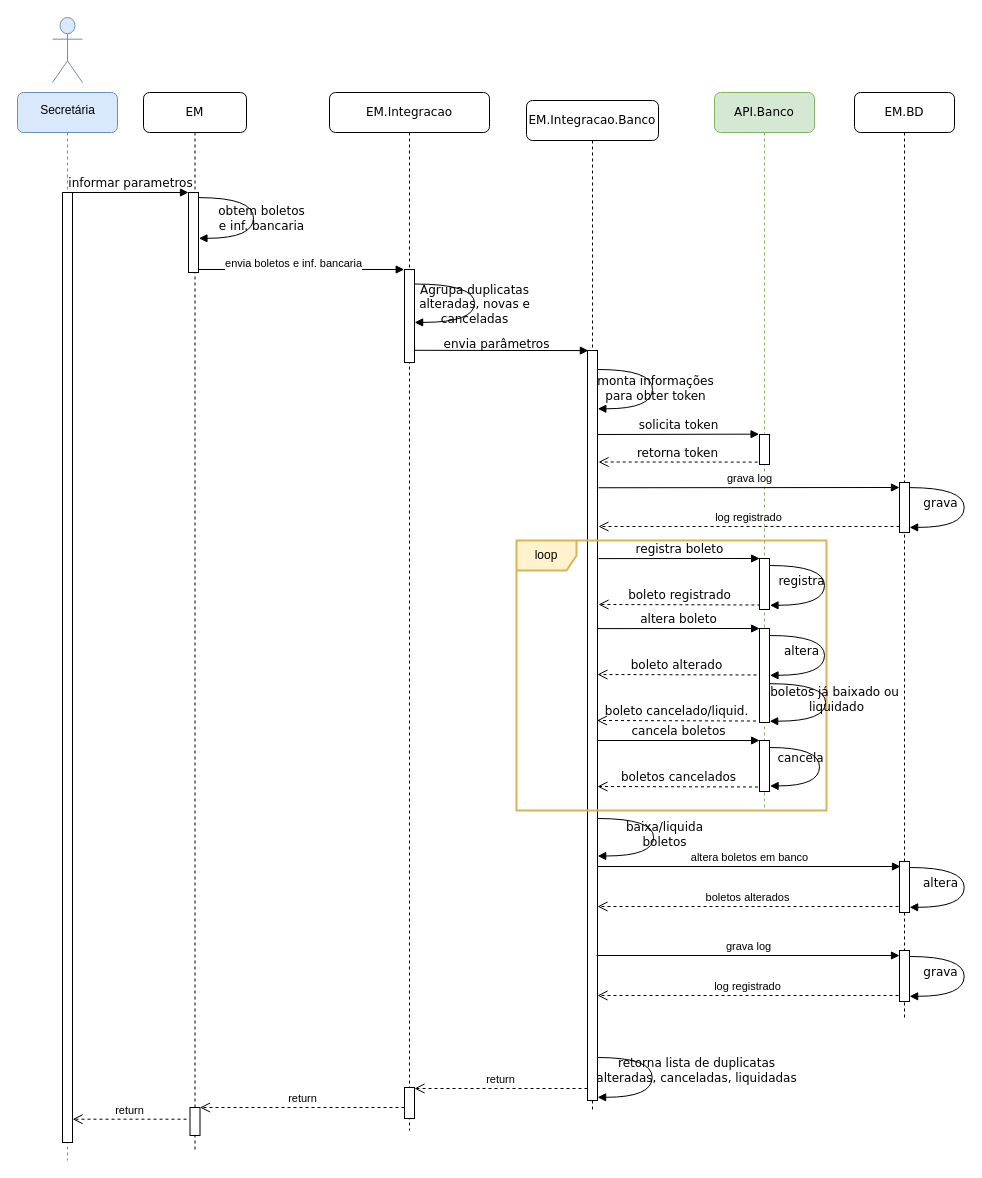
Earlier version of the draw.io diagram RegistoBoleto.drawio (Joao-Daniel-EM/Joao-Daniel-EM). Source tidied: cells renumbered, new cells numbered last; positions are measured from the earlier drawing's top-left corner, leaving out a move shared by most shapes. Both pictures are drawn from the tidied source at 100%, with x=0, y=0 at pixel (17, 17).
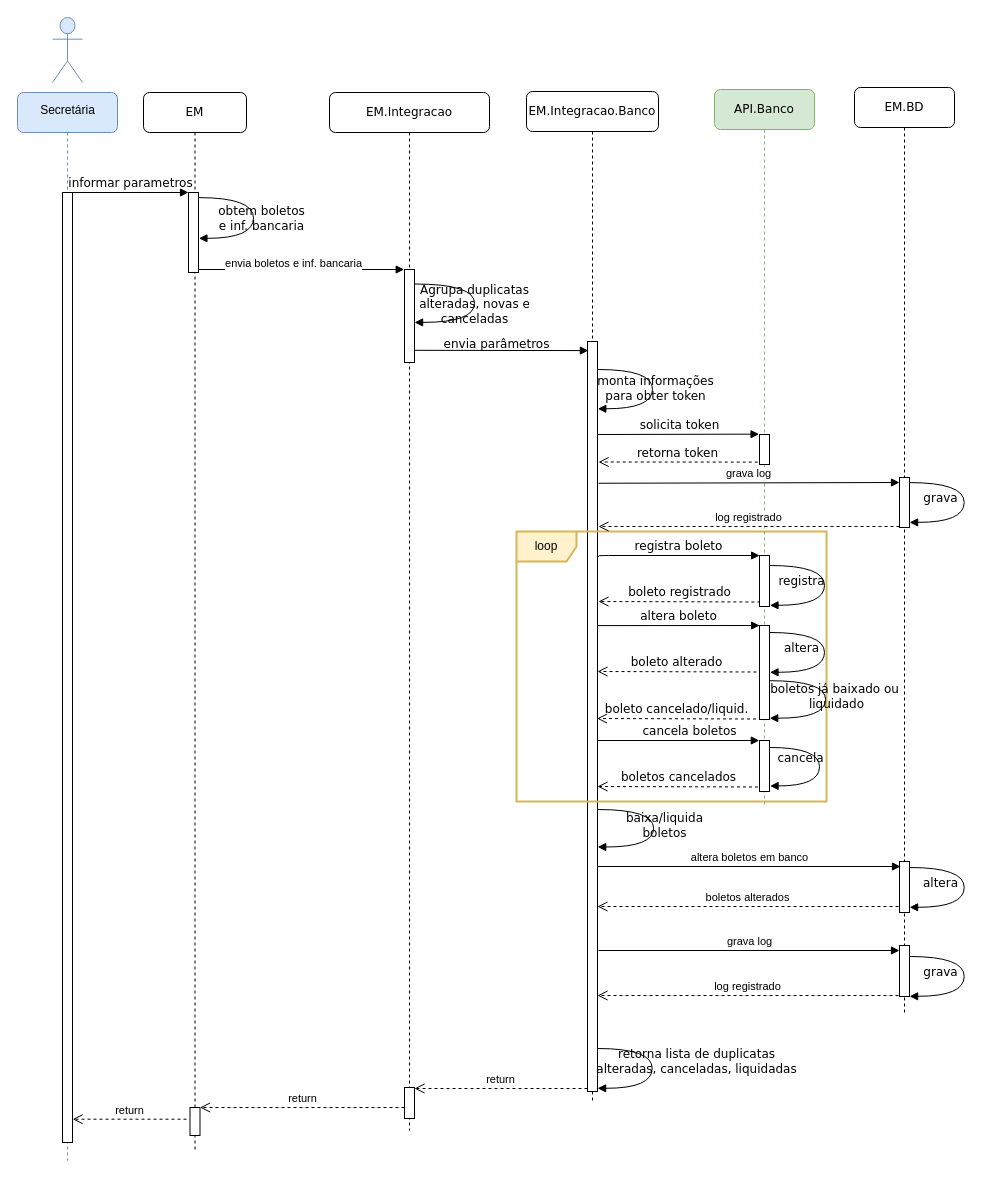
The same page after the edit.

The change refers to these unchanged cells:
```xml
<mxCell id="3" style="html=1;points=[];perimeter=orthogonalPerimeter;rounded=0;shadow=0;comic=0;labelBackgroundColor=none;strokeColor=#000000;strokeWidth=1;fillColor=#FFFFFF;fontFamily=Verdana;fontSize=12;fontColor=#000000;align=center;" parent="2" vertex="1">
  <mxGeometry x="61" y="250" width="10" height="750" as="geometry" />
</mxCell>
<mxCell id="13" style="html=1;points=[];perimeter=orthogonalPerimeter;rounded=0;shadow=0;comic=0;labelBackgroundColor=none;strokeWidth=1;fontFamily=Verdana;fontSize=12;align=center;" parent="8" vertex="1">
  <mxGeometry x="45" y="466" width="10" height="51" as="geometry" />
</mxCell>
<mxCell id="25" style="html=1;points=[[0,0,0,0,5],[0,1,0,0,-5],[1,0,0,0,5],[1,1,0,0,-5]];perimeter=orthogonalPerimeter;outlineConnect=0;targetShapes=umlLifeline;portConstraint=eastwest;newEdgeStyle={&quot;curved&quot;:0,&quot;rounded&quot;:0};" parent="24" vertex="1">
  <mxGeometry x="45" y="858" width="10" height="51" as="geometry" />
</mxCell>
<mxCell id="26" style="html=1;points=[[0,0,0,0,5],[0,1,0,0,-5],[1,0,0,0,5],[1,1,0,0,-5]];perimeter=orthogonalPerimeter;outlineConnect=0;targetShapes=umlLifeline;portConstraint=eastwest;newEdgeStyle={&quot;curved&quot;:0,&quot;rounded&quot;:0};" parent="24" vertex="1">
  <mxGeometry x="45" y="390" width="10" height="50" as="geometry" />
</mxCell>
<mxCell id="31" style="html=1;points=[];perimeter=orthogonalPerimeter;rounded=0;shadow=0;comic=0;labelBackgroundColor=none;strokeColor=#000000;strokeWidth=1;fillColor=#FFFFFF;fontFamily=Verdana;fontSize=12;fontColor=#000000;align=center;" parent="1" vertex="1">
  <mxGeometry x="742" y="417" width="10" height="30" as="geometry" />
</mxCell>
```

What changed in the source:
```diff
@@
     <mxCell id="2" value="EM.Integracao.Banco" style="shape=umlLifeline;perimeter=lifelinePerimeter;whiteSpace=wrap;html=1;rounded=1;shadow=0;comic=0;labelBackgroundColor=none;strokeWidth=1;fontFamily=Verdana;fontSize=12;align=center;" parent="1" vertex="1">
-      <mxGeometry x="509" y="83" width="132" height="1010" as="geometry" />
+      <mxGeometry x="509" y="74" width="132" height="1010" as="geometry" />
     </mxCell>
@@
     <mxCell id="6" value="boleto cancelado/liquid." style="html=1;verticalAlign=bottom;endArrow=open;dashed=1;endSize=8;exitX=-0.18;exitY=0.92;labelBackgroundColor=none;fontFamily=Verdana;fontSize=12;exitDx=0;exitDy=0;exitPerimeter=0;" parent="2" edge="1">
       <mxGeometry relative="1" as="geometry">
-        <mxPoint x="229.5" y="620.5" as="sourcePoint" />
-        <mxPoint x="70.5" y="620" as="targetPoint" />
+        <mxPoint x="229.5" y="627.5" as="sourcePoint" />
+        <mxPoint x="70.5" y="627" as="targetPoint" />
       </mxGeometry>
     </mxCell>
@@
     <mxCell id="8" value="API.Banco" style="shape=umlLifeline;perimeter=lifelinePerimeter;whiteSpace=wrap;html=1;rounded=1;shadow=0;comic=0;labelBackgroundColor=none;strokeWidth=1;fontFamily=Verdana;fontSize=12;align=center;fillColor=#d5e8d4;strokeColor=#82b366;" parent="1" vertex="1">
-      <mxGeometry x="697" y="75" width="100" height="718" as="geometry" />
+      <mxGeometry x="697" y="72" width="100" height="718" as="geometry" />
     </mxCell>
@@
     <mxCell id="24" value="EM.BD" style="shape=umlLifeline;perimeter=lifelinePerimeter;whiteSpace=wrap;html=1;rounded=1;shadow=0;comic=0;labelBackgroundColor=none;strokeWidth=1;fontFamily=Verdana;fontSize=12;align=center;" parent="1" vertex="1">
-      <mxGeometry x="837" y="75" width="100" height="928" as="geometry" />
+      <mxGeometry x="837" y="70" width="100" height="928" as="geometry" />
     </mxCell>
@@
-    <mxCell id="32" value="solicita token" style="html=1;verticalAlign=bottom;endArrow=block;entryX=-0.042;entryY=-0.012;labelBackgroundColor=none;fontFamily=Verdana;fontSize=12;entryDx=0;entryDy=0;entryPerimeter=0;exitX=0.96;exitY=0.112;exitDx=0;exitDy=0;exitPerimeter=0;" parent="1" edge="1" source="3" target="31">
+    <mxCell id="32" value="solicita token" style="html=1;verticalAlign=bottom;endArrow=block;entryX=-0.042;entryY=-0.012;labelBackgroundColor=none;fontFamily=Verdana;fontSize=12;entryDx=0;entryDy=0;entryPerimeter=0;exitX=1.058;exitY=0.124;exitDx=0;exitDy=0;exitPerimeter=0;" parent="1" edge="1" source="3" target="31">
       <mxGeometry relative="1" as="geometry" />
     </mxCell>
@@
-    <mxCell id="39" value="cancela boletos" style="html=1;verticalAlign=bottom;endArrow=block;entryX=0.012;entryY=-0.001;labelBackgroundColor=none;fontFamily=Verdana;fontSize=12;edgeStyle=elbowEdgeStyle;elbow=vertical;entryDx=0;entryDy=0;entryPerimeter=0;exitX=1.014;exitY=0.52;exitDx=0;exitDy=0;exitPerimeter=0;" parent="1" edge="1" source="3">
-      <mxGeometry relative="1" as="geometry">
-        <mxPoint x="742.1" y="722.9" as="targetPoint" />
+    <mxCell id="39" value="cancela boletos" style="html=1;verticalAlign=bottom;endArrow=block;labelBackgroundColor=none;fontFamily=Verdana;fontSize=12;edgeStyle=elbowEdgeStyle;elbow=vertical;exitX=0.96;exitY=0.536;exitDx=0;exitDy=0;exitPerimeter=0;entryX=-0.02;entryY=0.057;entryDx=0;entryDy=0;entryPerimeter=0;" parent="1" edge="1">
+      <mxGeometry x="0.13" relative="1" as="geometry">
+        <mxPoint x="579.6" y="723" as="sourcePoint" />
+        <mxPoint x="741.8" y="722.9" as="targetPoint" />
       </mxGeometry>
     </mxCell>
@@
     <mxCell id="41" value="registra boleto" style="html=1;verticalAlign=bottom;endArrow=block;entryX=0.012;entryY=-0.001;labelBackgroundColor=none;fontFamily=Verdana;fontSize=12;edgeStyle=elbowEdgeStyle;elbow=vertical;entryDx=0;entryDy=0;entryPerimeter=0;" parent="1" edge="1" target="13">
       <mxGeometry relative="1" as="geometry">
-        <mxPoint x="581" y="541.1" as="sourcePoint" />
+        <mxPoint x="581" y="539" as="sourcePoint" />
       </mxGeometry>
     </mxCell>
@@
     <mxCell id="43" value="grava log" style="html=1;verticalAlign=bottom;endArrow=block;curved=0;rounded=0;entryX=0;entryY=0;entryDx=0;entryDy=5;" parent="1" edge="1" target="25">
       <mxGeometry relative="1" as="geometry">
-        <mxPoint x="579" y="938" as="sourcePoint" />
+        <mxPoint x="581" y="933" as="sourcePoint" />
       </mxGeometry>
     </mxCell>
@@
-    <mxCell id="45" value="grava log" style="html=1;verticalAlign=bottom;endArrow=block;curved=0;rounded=0;entryX=0;entryY=0;entryDx=0;entryDy=5;exitX=1.1;exitY=0.183;exitDx=0;exitDy=0;exitPerimeter=0;" parent="1" edge="1" source="3" target="26">
+    <mxCell id="45" value="grava log" style="html=1;verticalAlign=bottom;endArrow=block;curved=0;rounded=0;entryX=0;entryY=0;entryDx=0;entryDy=5;exitX=1.113;exitY=0.189;exitDx=0;exitDy=0;exitPerimeter=0;" parent="1" edge="1" source="3" target="26">
       <mxGeometry relative="1" as="geometry" />
     </mxCell>
```
